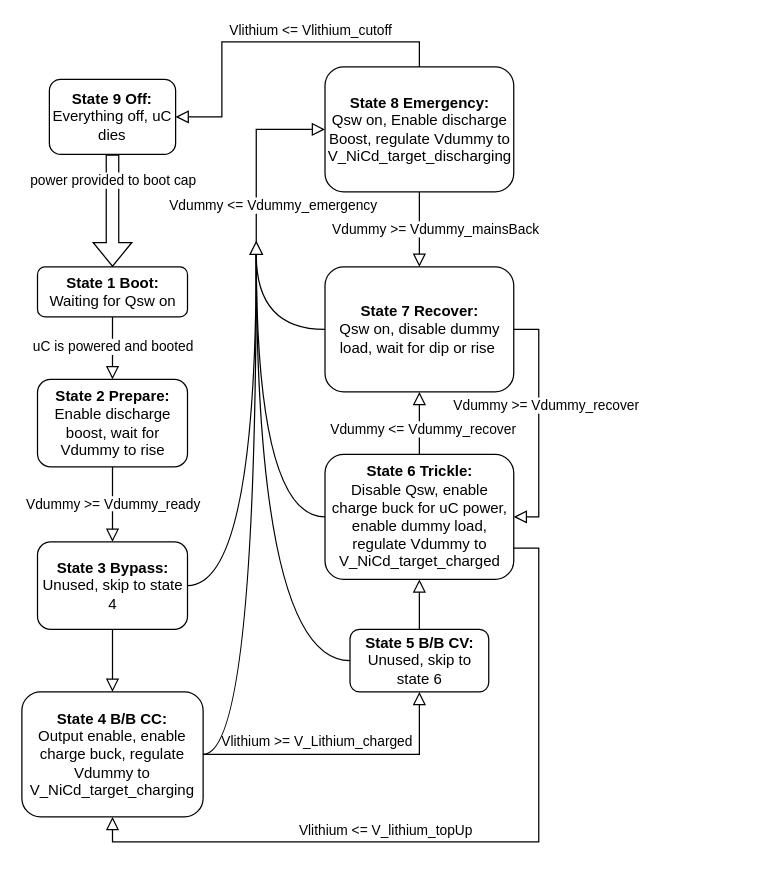
This is 204IntefaceFlowchart.drawio from BStainthorpe/Flowcharts, a draw.io file, before an edit. Source tidied: cells renumbered, new cells numbered last; positions are measured from the earlier drawing's top-left corner, leaving out a move shared by most shapes. Both pictures are drawn from the tidied source at 125%, with x=0, y=0 at pixel (21, 41).
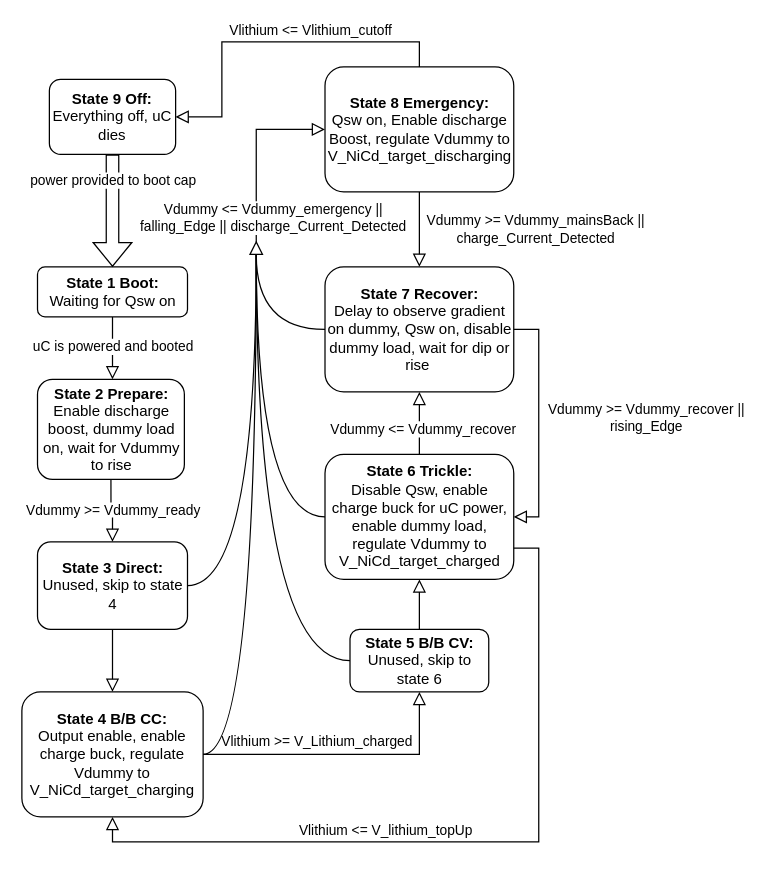
Above is the later version.

The change refers to these unchanged cells:
```xml
<mxCell id="21" style="rounded=0;html=1;jettySize=auto;fontSize=11;endArrow=block;endFill=0;endSize=8;strokeWidth=1;shadow=0;labelBackgroundColor=none;edgeStyle=orthogonalEdgeStyle;entryX=0;entryY=0.5;entryDx=0;entryDy=0;exitX=1;exitY=0.5;exitDx=0;exitDy=0;" parent="1" edge="1" source="15" target="20">
  <mxGeometry x="0.04" y="20" relative="1" as="geometry" />
</mxCell>
<mxCell id="29" style="rounded=0;html=1;jettySize=auto;fontSize=11;endArrow=block;endFill=0;endSize=8;strokeWidth=1;shadow=0;labelBackgroundColor=none;edgeStyle=orthogonalEdgeStyle;entryX=0.5;entryY=0;entryDx=0;entryDy=0;exitX=0.5;exitY=1;exitDx=0;exitDy=0;" parent="1" edge="1" source="20" target="14">
  <mxGeometry x="0.04" y="20" relative="1" as="geometry" />
</mxCell>
<mxCell id="31" style="rounded=0;html=1;jettySize=auto;fontSize=11;endArrow=block;endFill=0;endSize=8;strokeWidth=1;shadow=0;labelBackgroundColor=none;edgeStyle=orthogonalEdgeStyle;entryX=1;entryY=0.5;entryDx=0;entryDy=0;exitX=1;exitY=0.5;exitDx=0;exitDy=0;" parent="1" edge="1" source="14" target="12">
  <mxGeometry x="0.04" y="20" relative="1" as="geometry" />
</mxCell>
```

The edit, as a diff of the source:
```diff
@@
-    <mxCell id="7" value="&lt;b&gt;State 2 Prepare:&lt;/b&gt;&lt;div&gt;Enable discharge boost, wait for Vdummy to rise&lt;/div&gt;" style="rounded=1;whiteSpace=wrap;html=1;fontSize=12;glass=0;strokeWidth=1;shadow=0;" parent="1" vertex="1">
-      <mxGeometry x="12.5" y="270" width="120" height="70" as="geometry" />
+    <mxCell id="7" value="&lt;b&gt;State 2 Prepare:&lt;/b&gt;&lt;div&gt;Enable discharge boost, dummy load on, wait for Vdummy to rise&lt;/div&gt;" style="rounded=1;whiteSpace=wrap;html=1;fontSize=12;glass=0;strokeWidth=1;shadow=0;" parent="1" vertex="1">
+      <mxGeometry x="12.5" y="270" width="117.5" height="80" as="geometry" />
     </mxCell>
-    <mxCell id="8" value="&lt;b&gt;State 3 Bypass:&lt;/b&gt;&lt;div&gt;Unused, skip to state 4&lt;/div&gt;" style="rounded=1;whiteSpace=wrap;html=1;fontSize=12;glass=0;strokeWidth=1;shadow=0;" parent="1" vertex="1">
+    <mxCell id="8" value="&lt;b&gt;State 3 Direct:&lt;/b&gt;&lt;div&gt;Unused, skip to state 4&lt;/div&gt;" style="rounded=1;whiteSpace=wrap;html=1;fontSize=12;glass=0;strokeWidth=1;shadow=0;" parent="1" vertex="1">
       <mxGeometry x="12.5" y="400" width="120" height="70" as="geometry" />
     </mxCell>
@@
-    <mxCell id="14" value="&lt;b&gt;State 7 Recover:&lt;/b&gt;&lt;div&gt;Qsw on, disable dummy load, wait for dip or rise&amp;nbsp;&lt;/div&gt;" style="rounded=1;whiteSpace=wrap;html=1;fontSize=12;glass=0;strokeWidth=1;shadow=0;" parent="1" vertex="1">
+    <mxCell id="14" value="&lt;b&gt;State 7 Recover:&lt;/b&gt;&lt;div&gt;Delay to observe gradient on dummy, Qsw on, disable dummy load, wait for dip or rise&amp;nbsp;&lt;/div&gt;" style="rounded=1;whiteSpace=wrap;html=1;fontSize=12;glass=0;strokeWidth=1;shadow=0;" parent="1" vertex="1">
       <mxGeometry x="242.5" y="180" width="151" height="100" as="geometry" />
     </mxCell>
@@
-    <mxCell id="22" value="Vdummy &amp;lt;= Vdummy_emergency" style="edgeLabel;html=1;align=center;verticalAlign=middle;" parent="21" vertex="1">
+    <mxCell id="22" value="Vdummy &amp;lt;= Vdummy_emergency ||&lt;div&gt;falling_Edge || discharge_Current_Detected&lt;/div&gt;" style="edgeLabel;html=1;align=center;verticalAlign=middle;" parent="21" vertex="1">
       <mxGeometry x="-0.09" relative="1" as="geometry">
-        <mxPoint x="13" y="36" as="offset" />
+        <mxPoint x="13" y="46" as="offset" />
       </mxGeometry>
     </mxCell>
@@
-    <mxCell id="30" value="Vdummy &amp;gt;= Vdummy_mainsBack" style="edgeLabel;html=1;align=center;verticalAlign=middle;" parent="29" vertex="1">
+    <mxCell id="30" value="Vdummy &amp;gt;= Vdummy_mainsBack ||&lt;div&gt;charge_Current_Detected&lt;/div&gt;" style="edgeLabel;html=1;align=center;verticalAlign=middle;" parent="29" vertex="1">
       <mxGeometry x="-0.09" relative="1" as="geometry">
-        <mxPoint x="12" y="2" as="offset" />
+        <mxPoint x="92" y="2" as="offset" />
       </mxGeometry>
     </mxCell>
@@
-    <mxCell id="32" value="Vdummy &amp;gt;= Vdummy_recover&amp;nbsp;" style="edgeLabel;html=1;align=center;verticalAlign=middle;" parent="31" vertex="1">
+    <mxCell id="32" value="Vdummy &amp;gt;= Vdummy_recover ||&amp;nbsp;&lt;div&gt;rising_Edge&amp;nbsp;&lt;/div&gt;" style="edgeLabel;html=1;align=center;verticalAlign=middle;" parent="31" vertex="1">
       <mxGeometry x="-0.09" relative="1" as="geometry">
-        <mxPoint x="7" y="-6" as="offset" />
+        <mxPoint x="87" y="4" as="offset" />
       </mxGeometry>
     </mxCell>
```
